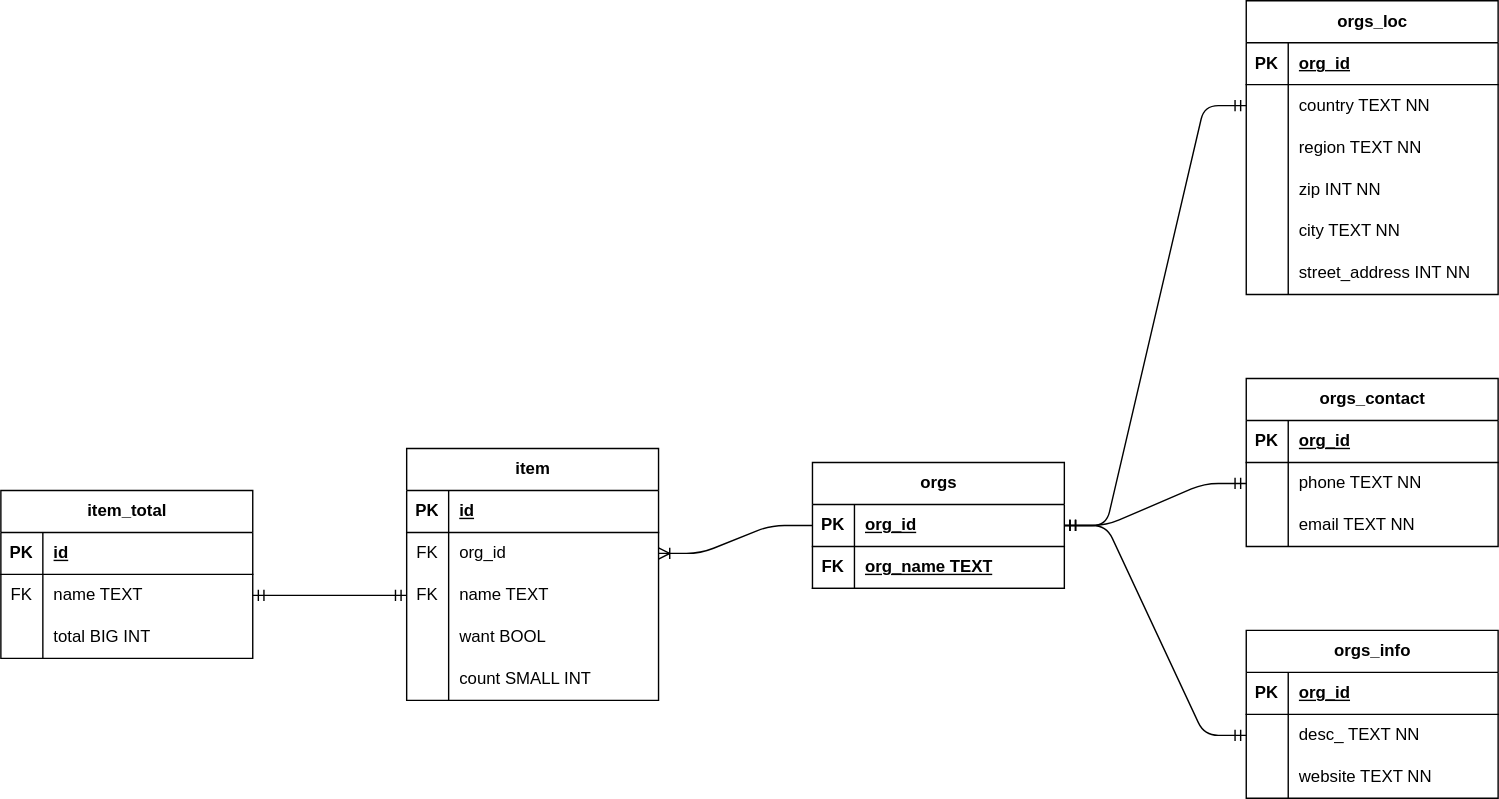
This is diagrams/database_schema.drawio.svg from kurealnum/non-profit-link, a draw.io export, as it was before one commit. Source tidied: cells renumbered, new cells last; positions are measured from the earlier drawing's top-left corner, leaving out a move shared by most shapes.
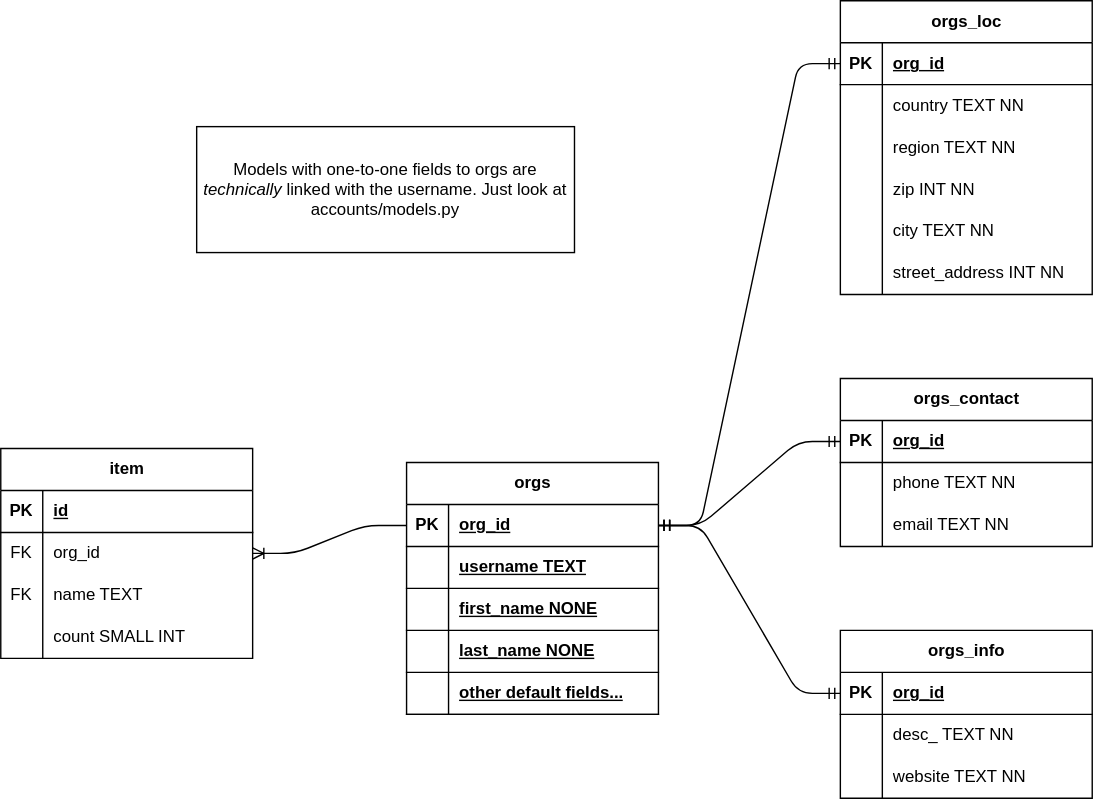
After the change.

Commit message:
Added info about database

What changed in the source:
```diff
@@ -3,7 +3,7 @@
     <mxCell id="0" />
     <mxCell id="1" parent="0" />
     <mxCell id="2" value="orgs" style="shape=table;startSize=30;rowLines=0;fontStyle=1;align=center;html=1;" parent="1" vertex="1">
-      <mxGeometry x="580" y="330" width="180" height="90" as="geometry" />
+      <mxGeometry x="580" y="330" width="180" height="180" as="geometry" />
     </mxCell>
     <mxCell id="3" style="shape=tableRow;horizontal=0;startSize=0;swimlaneHead=0;swimlaneBody=0;fillColor=none;points=[[0,0.5],[1,0.5]];portConstraint=eastwest;top=0;left=0;right=0;bottom=1;" parent="2" vertex="1">
       <mxGeometry y="30" width="180" height="30" as="geometry" />
@@ -17,12 +17,39 @@
     <mxCell id="6" style="shape=tableRow;horizontal=0;startSize=0;swimlaneHead=0;swimlaneBody=0;fillColor=none;top=0;left=0;right=0;bottom=1;" parent="2" vertex="1">
       <mxGeometry y="60" width="180" height="30" as="geometry" />
     </mxCell>
-    <mxCell id="7" value="FK" style="shape=partialRectangle;fillColor=none;top=0;left=0;bottom=0;right=0;fontStyle=1;overflow=hidden;whiteSpace=wrap;html=1;" parent="6" vertex="1">
+    <mxCell id="7" value="&lt;br&gt;" style="shape=partialRectangle;fillColor=none;top=0;left=0;bottom=0;right=0;fontStyle=1;overflow=hidden;whiteSpace=wrap;html=1;" parent="6" vertex="1">
       <mxGeometry width="30" height="30" as="geometry" />
     </mxCell>
-    <mxCell id="8" value="org_name TEXT" style="shape=partialRectangle;fillColor=none;top=0;left=0;bottom=0;right=0;align=left;spacingLeft=6;fontStyle=5;overflow=hidden;whiteSpace=wrap;html=1;" parent="6" vertex="1">
+    <mxCell id="8" value="username TEXT" style="shape=partialRectangle;fillColor=none;top=0;left=0;bottom=0;right=0;align=left;spacingLeft=6;fontStyle=5;overflow=hidden;whiteSpace=wrap;html=1;" parent="6" vertex="1">
       <mxGeometry x="30" width="150" height="30" as="geometry" />
     </mxCell>
+    <mxCell id="79" style="shape=tableRow;horizontal=0;startSize=0;swimlaneHead=0;swimlaneBody=0;fillColor=none;top=0;left=0;right=0;bottom=1;" parent="2" vertex="1">
+      <mxGeometry y="90" width="180" height="30" as="geometry" />
+    </mxCell>
+    <mxCell id="80" value="&lt;br&gt;" style="shape=partialRectangle;fillColor=none;top=0;left=0;bottom=0;right=0;fontStyle=1;overflow=hidden;whiteSpace=wrap;html=1;" parent="79" vertex="1">
+      <mxGeometry width="30" height="30" as="geometry" />
+    </mxCell>
+    <mxCell id="81" value="first_name NONE" style="shape=partialRectangle;fillColor=none;top=0;left=0;bottom=0;right=0;align=left;spacingLeft=6;fontStyle=5;overflow=hidden;whiteSpace=wrap;html=1;" parent="79" vertex="1">
+      <mxGeometry x="30" width="150" height="30" as="geometry" />
+    </mxCell>
+    <mxCell id="82" style="shape=tableRow;horizontal=0;startSize=0;swimlaneHead=0;swimlaneBody=0;fillColor=none;top=0;left=0;right=0;bottom=1;" parent="2" vertex="1">
+      <mxGeometry y="120" width="180" height="30" as="geometry" />
+    </mxCell>
+    <mxCell id="83" value="&lt;br&gt;" style="shape=partialRectangle;fillColor=none;top=0;left=0;bottom=0;right=0;fontStyle=1;overflow=hidden;whiteSpace=wrap;html=1;" parent="82" vertex="1">
+      <mxGeometry width="30" height="30" as="geometry" />
+    </mxCell>
+    <mxCell id="84" value="last_name NONE" style="shape=partialRectangle;fillColor=none;top=0;left=0;bottom=0;right=0;align=left;spacingLeft=6;fontStyle=5;overflow=hidden;whiteSpace=wrap;html=1;" parent="82" vertex="1">
+      <mxGeometry x="30" width="150" height="30" as="geometry" />
+    </mxCell>
+    <mxCell id="78" style="shape=tableRow;horizontal=0;startSize=0;swimlaneHead=0;swimlaneBody=0;fillColor=none;top=0;left=0;right=0;bottom=1;" parent="2" vertex="1">
+      <mxGeometry y="150" width="180" height="30" as="geometry" />
+    </mxCell>
+    <mxCell id="85" value="&lt;br&gt;" style="shape=partialRectangle;fillColor=none;top=0;left=0;bottom=0;right=0;fontStyle=1;overflow=hidden;whiteSpace=wrap;html=1;" parent="78" vertex="1">
+      <mxGeometry width="30" height="30" as="geometry" />
+    </mxCell>
+    <mxCell id="86" value="other default fields..." style="shape=partialRectangle;fillColor=none;top=0;left=0;bottom=0;right=0;align=left;spacingLeft=6;fontStyle=5;overflow=hidden;whiteSpace=wrap;html=1;" parent="78" vertex="1">
+      <mxGeometry x="30" width="150" height="30" as="geometry" />
+    </mxCell>
     <mxCell id="9" value="orgs_loc" style="shape=table;startSize=30;rowLines=0;fontStyle=1;align=center;html=1;" parent="1" vertex="1">
       <mxGeometry x="890" width="180" height="210" as="geometry" />
     </mxCell>
@@ -140,27 +167,22 @@
     <mxCell id="47" value="website TEXT NN" style="shape=partialRectangle;fillColor=none;top=0;left=0;bottom=0;right=0;align=left;spacingLeft=6;overflow=hidden;whiteSpace=wrap;html=1;" parent="45" vertex="1">
       <mxGeometry x="30" width="150" height="30" as="geometry" />
     </mxCell>
-    <mxCell id="48" style="edgeStyle=entityRelationEdgeStyle;fontSize=12;html=1;endArrow=ERmandOne;startArrow=ERmandOne;exitX=1;exitY=0.5;exitDx=0;exitDy=0;" parent="1" edge="1" source="3">
-      <mxGeometry relative="1" as="geometry">
-        <mxPoint x="890" y="345" as="targetPoint" />
-      </mxGeometry>
+    <mxCell id="48" style="edgeStyle=entityRelationEdgeStyle;fontSize=12;html=1;endArrow=ERmandOne;startArrow=ERmandOne;exitX=1;exitY=0.5;exitDx=0;exitDy=0;entryX=0;entryY=0.5;entryDx=0;entryDy=0;" parent="1" edge="1" source="3" target="29">
+      <mxGeometry relative="1" as="geometry" />
     </mxCell>
-    <mxCell id="49" style="edgeStyle=entityRelationEdgeStyle;fontSize=12;html=1;endArrow=ERmandOne;startArrow=ERmandOne;exitX=1;exitY=0.5;exitDx=0;exitDy=0;entryX=0;entryY=0.5;entryDx=0;entryDy=0;" parent="1" edge="1" source="3">
-      <mxGeometry relative="1" as="geometry">
-        <mxPoint x="890" y="75" as="targetPoint" />
-      </mxGeometry>
+    <mxCell id="49" style="edgeStyle=entityRelationEdgeStyle;fontSize=12;html=1;endArrow=ERmandOne;startArrow=ERmandOne;exitX=1;exitY=0.5;exitDx=0;exitDy=0;entryX=0;entryY=0.5;entryDx=0;entryDy=0;" parent="1" edge="1" source="3" target="10">
+      <mxGeometry relative="1" as="geometry" />
     </mxCell>
-    <mxCell id="50" style="edgeStyle=entityRelationEdgeStyle;fontSize=12;html=1;endArrow=ERmandOne;startArrow=ERmandOne;" parent="1" edge="1">
+    <mxCell id="50" style="edgeStyle=entityRelationEdgeStyle;fontSize=12;html=1;endArrow=ERmandOne;startArrow=ERmandOne;entryX=0;entryY=0.5;entryDx=0;entryDy=0;" parent="1" edge="1" target="39">
       <mxGeometry relative="1" as="geometry">
         <mxPoint x="760" y="375" as="sourcePoint" />
-        <mxPoint x="890" y="525" as="targetPoint" />
       </mxGeometry>
     </mxCell>
     <mxCell id="51" style="edgeStyle=entityRelationEdgeStyle;fontSize=12;html=1;endArrow=ERoneToMany;exitX=0;exitY=0.5;exitDx=0;exitDy=0;entryX=1;entryY=0.5;entryDx=0;entryDy=0;" parent="1" edge="1" source="3" target="56">
       <mxGeometry relative="1" as="geometry" />
     </mxCell>
     <mxCell id="52" value="item" style="shape=table;startSize=30;rowLines=0;fontStyle=1;align=center;html=1;" parent="1" vertex="1">
-      <mxGeometry x="290" y="320" width="180" height="180" as="geometry" />
+      <mxGeometry x="290" y="320" width="180" height="150" as="geometry" />
     </mxCell>
     <mxCell id="53" style="shape=tableRow;horizontal=0;startSize=0;swimlaneHead=0;swimlaneBody=0;fillColor=none;top=0;left=0;right=0;bottom=1;" parent="52" vertex="1">
       <mxGeometry y="30" width="180" height="30" as="geometry" />
@@ -189,17 +211,8 @@
     <mxCell id="61" value="name TEXT" style="shape=partialRectangle;fillColor=none;top=0;left=0;bottom=0;right=0;align=left;spacingLeft=6;overflow=hidden;whiteSpace=wrap;html=1;" parent="59" vertex="1">
       <mxGeometry x="30" width="150" height="30" as="geometry" />
     </mxCell>
-    <mxCell id="62" style="shape=tableRow;horizontal=0;startSize=0;swimlaneHead=0;swimlaneBody=0;fillColor=none;top=0;left=0;right=0;bottom=0;" parent="52" vertex="1">
-      <mxGeometry y="120" width="180" height="30" as="geometry" />
-    </mxCell>
-    <mxCell id="63" style="shape=partialRectangle;fillColor=none;top=0;left=0;bottom=0;right=0;overflow=hidden;whiteSpace=wrap;html=1;" parent="62" vertex="1">
-      <mxGeometry width="30" height="30" as="geometry" />
-    </mxCell>
-    <mxCell id="64" value="want BOOL" style="shape=partialRectangle;fillColor=none;top=0;left=0;bottom=0;right=0;align=left;spacingLeft=6;overflow=hidden;whiteSpace=wrap;html=1;" parent="62" vertex="1">
-      <mxGeometry x="30" width="150" height="30" as="geometry" />
-    </mxCell>
     <mxCell id="65" style="shape=tableRow;horizontal=0;startSize=0;swimlaneHead=0;swimlaneBody=0;fillColor=none;top=0;left=0;right=0;bottom=0;" parent="52" vertex="1">
-      <mxGeometry y="150" width="180" height="30" as="geometry" />
+      <mxGeometry y="120" width="180" height="30" as="geometry" />
     </mxCell>
     <mxCell id="66" style="shape=partialRectangle;fillColor=none;top=0;left=0;bottom=0;right=0;overflow=hidden;whiteSpace=wrap;html=1;" parent="65" vertex="1">
       <mxGeometry width="30" height="30" as="geometry" />
@@ -207,38 +220,11 @@
     <mxCell id="67" value="count SMALL INT" style="shape=partialRectangle;fillColor=none;top=0;left=0;bottom=0;right=0;align=left;spacingLeft=6;overflow=hidden;whiteSpace=wrap;html=1;" parent="65" vertex="1">
       <mxGeometry x="30" width="150" height="30" as="geometry" />
     </mxCell>
-    <mxCell id="68" value="item_total" style="shape=table;startSize=30;rowLines=0;fontStyle=1;align=center;html=1;" parent="1" vertex="1">
-      <mxGeometry y="350" width="180" height="120" as="geometry" />
-    </mxCell>
-    <mxCell id="69" style="shape=tableRow;horizontal=0;startSize=0;swimlaneHead=0;swimlaneBody=0;fillColor=none;top=0;left=0;right=0;bottom=1;" parent="68" vertex="1">
-      <mxGeometry y="30" width="180" height="30" as="geometry" />
-    </mxCell>
-    <mxCell id="70" value="PK" style="shape=partialRectangle;fillColor=none;top=0;left=0;bottom=0;right=0;fontStyle=1;overflow=hidden;whiteSpace=wrap;html=1;" parent="69" vertex="1">
-      <mxGeometry width="30" height="30" as="geometry" />
-    </mxCell>
-    <mxCell id="71" value="id" style="shape=partialRectangle;fillColor=none;top=0;left=0;bottom=0;right=0;align=left;spacingLeft=6;fontStyle=5;overflow=hidden;whiteSpace=wrap;html=1;" parent="69" vertex="1">
-      <mxGeometry x="30" width="150" height="30" as="geometry" />
-    </mxCell>
-    <mxCell id="72" style="shape=tableRow;horizontal=0;startSize=0;swimlaneHead=0;swimlaneBody=0;fillColor=none;points=[[0,0.5],[1,0.5]];portConstraint=eastwest;top=0;left=0;right=0;bottom=0;" parent="68" vertex="1">
-      <mxGeometry y="60" width="180" height="30" as="geometry" />
-    </mxCell>
-    <mxCell id="73" value="FK" style="shape=partialRectangle;fillColor=none;top=0;left=0;bottom=0;right=0;overflow=hidden;whiteSpace=wrap;html=1;" parent="72" vertex="1">
-      <mxGeometry width="30" height="30" as="geometry" />
-    </mxCell>
-    <mxCell id="74" value="name TEXT" style="shape=partialRectangle;fillColor=none;top=0;left=0;bottom=0;right=0;align=left;spacingLeft=6;overflow=hidden;whiteSpace=wrap;html=1;" parent="72" vertex="1">
-      <mxGeometry x="30" width="150" height="30" as="geometry" />
-    </mxCell>
-    <mxCell id="75" style="shape=tableRow;horizontal=0;startSize=0;swimlaneHead=0;swimlaneBody=0;fillColor=none;top=0;left=0;right=0;bottom=0;" parent="68" vertex="1">
-      <mxGeometry y="90" width="180" height="30" as="geometry" />
-    </mxCell>
-    <mxCell id="76" style="shape=partialRectangle;fillColor=none;top=0;left=0;bottom=0;right=0;overflow=hidden;whiteSpace=wrap;html=1;" parent="75" vertex="1">
-      <mxGeometry width="30" height="30" as="geometry" />
-    </mxCell>
-    <mxCell id="77" value="total BIG INT" style="shape=partialRectangle;fillColor=none;top=0;left=0;bottom=0;right=0;align=left;spacingLeft=6;overflow=hidden;whiteSpace=wrap;html=1;" parent="75" vertex="1">
-      <mxGeometry x="30" width="150" height="30" as="geometry" />
-    </mxCell>
-    <mxCell id="78" style="edgeStyle=entityRelationEdgeStyle;fontSize=12;html=1;endArrow=ERmandOne;startArrow=ERmandOne;exitX=0;exitY=0.5;exitDx=0;exitDy=0;" parent="1" edge="1" source="59" target="72">
-      <mxGeometry relative="1" as="geometry" />
-    </mxCell>
+    <mxCell id="87" style="rounded=0;whiteSpace=wrap;html=1;" parent="1" vertex="1">
+      <mxGeometry x="430" y="90" width="270" height="90" as="geometry" />
+    </mxCell>
+    <mxCell id="88" value="Models with one-to-one fields to orgs are &lt;i&gt;technically&lt;/i&gt;&amp;nbsp;linked with the username. Just look at accounts/models.py" style="text;html=1;strokeColor=none;fillColor=none;align=center;verticalAlign=middle;whiteSpace=wrap;rounded=0;" parent="1" vertex="1">
+      <mxGeometry x="430" y="90" width="270" height="90" as="geometry" />
+    </mxCell>
   </root>
 </mxGraphModel>
```
